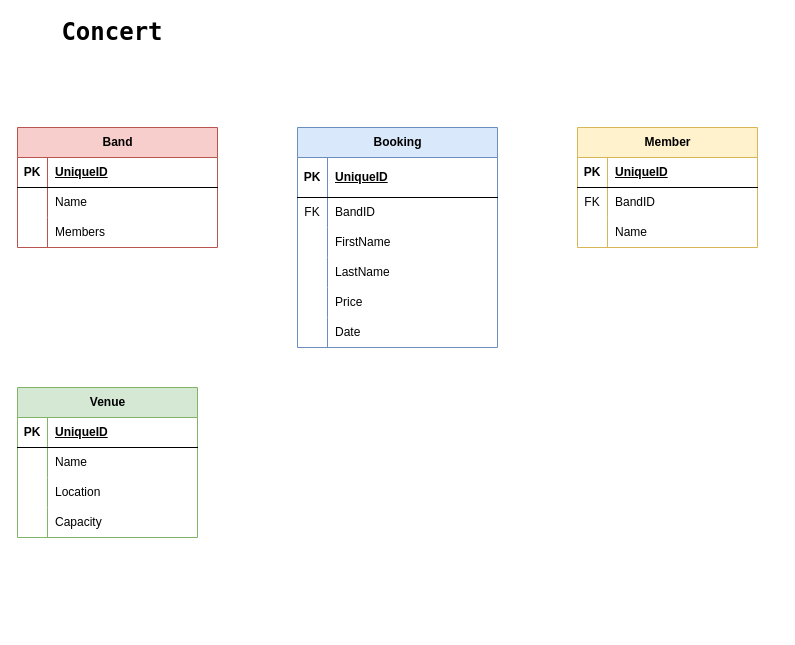
Earlier version of the draw.io diagram ERD/ConcertERD.drawio (N00240181/CC-Y3-FSD-Assignment). Source tidied: cells renumbered, new cells numbered last; positions are measured from the earlier drawing's top-left corner, leaving out a move shared by most shapes. Both pictures are drawn from the tidied source at 100%, with x=0, y=0 at pixel (17, 17).
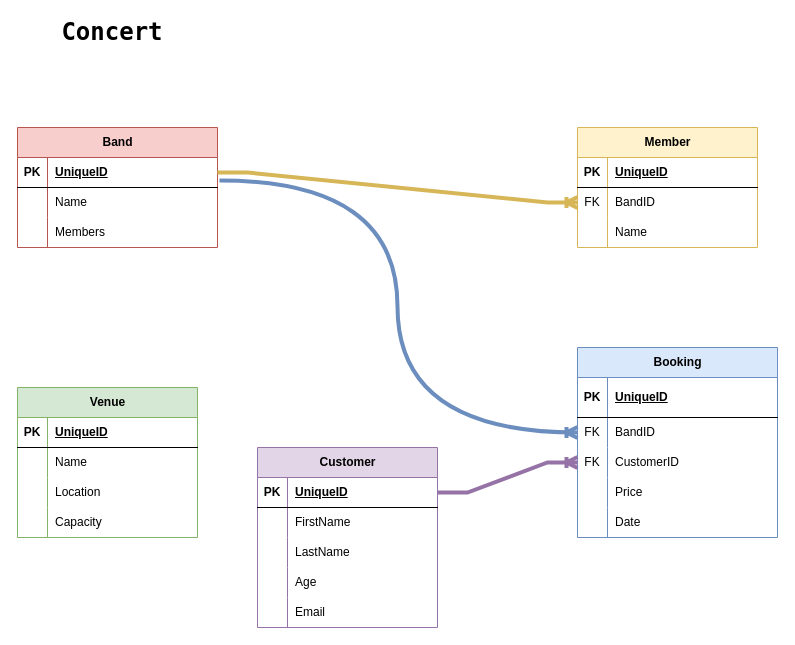
After the change.

Commit message (it also covers changes not shown here):
Created prisma schema and seeder, removed migration because there was no need in me manually creating one

Unchanged cells that the change refers to:
```xml
<mxCell id="3" style="shape=tableRow;horizontal=0;startSize=0;swimlaneHead=0;swimlaneBody=0;fillColor=none;points=[[0,0.5],[1,0.5]];portConstraint=eastwest;top=0;left=0;right=0;bottom=1;" parent="2" vertex="1">
  <mxGeometry y="30" width="200" height="30" as="geometry" />
</mxCell>
<mxCell id="17" style="shape=tableRow;horizontal=0;startSize=0;swimlaneHead=0;swimlaneBody=0;fillColor=none;points=[[0,0.5],[1,0.5]];portConstraint=eastwest;top=0;left=0;right=0;bottom=0;" parent="13" vertex="1">
  <mxGeometry y="70" width="200" height="30" as="geometry" />
</mxCell>
<mxCell id="36" style="shape=tableRow;horizontal=0;startSize=0;swimlaneHead=0;swimlaneBody=0;fillColor=none;points=[[0,0.5],[1,0.5]];portConstraint=eastwest;top=0;left=0;right=0;bottom=0;" parent="32" vertex="1">
  <mxGeometry y="60" width="180" height="30" as="geometry" />
</mxCell>
```

Change to the diagram source:
```diff
@@
     <mxCell id="13" value="Booking" style="shape=table;startSize=30;childLayout=tableLayout;rowLines=0;fontStyle=1;align=center;html=1;fillColor=#dae8fc;strokeColor=#6c8ebf;" parent="1" vertex="1">
-      <mxGeometry x="280" y="110" width="200" height="220" as="geometry" />
+      <mxGeometry x="560" y="330" width="200" height="190" as="geometry" />
     </mxCell>
@@
-    <mxCell id="20" style="shape=tableRow;horizontal=0;startSize=0;swimlaneHead=0;swimlaneBody=0;fillColor=none;top=0;left=0;right=0;bottom=0;" parent="13" vertex="1">
-      <mxGeometry y="100" width="200" height="30" as="geometry" />
-    </mxCell>
-    <mxCell id="21" style="shape=partialRectangle;fillColor=none;top=0;left=0;bottom=0;right=0;overflow=hidden;whiteSpace=wrap;html=1;" parent="20" vertex="1">
-      <mxGeometry width="30" height="30" as="geometry" />
-    </mxCell>
-    <mxCell id="22" value="FirstName" style="shape=partialRectangle;fillColor=none;top=0;left=0;bottom=0;right=0;align=left;spacingLeft=6;overflow=hidden;whiteSpace=wrap;html=1;" parent="20" vertex="1">
-      <mxGeometry x="30" width="170" height="30" as="geometry" />
-    </mxCell>
     <mxCell id="23" style="shape=tableRow;horizontal=0;startSize=0;swimlaneHead=0;swimlaneBody=0;fillColor=none;points=[[0,0.5],[1,0.5]];portConstraint=eastwest;top=0;left=0;right=0;bottom=0;" parent="13" vertex="1">
-      <mxGeometry y="130" width="200" height="30" as="geometry" />
+      <mxGeometry y="100" width="200" height="30" as="geometry" />
     </mxCell>
-    <mxCell id="24" style="shape=partialRectangle;fillColor=none;top=0;left=0;bottom=0;right=0;overflow=hidden;whiteSpace=wrap;html=1;" parent="23" vertex="1">
+    <mxCell id="24" value="FK" style="shape=partialRectangle;fillColor=none;top=0;left=0;bottom=0;right=0;overflow=hidden;whiteSpace=wrap;html=1;" parent="23" vertex="1">
       <mxGeometry width="30" height="30" as="geometry" />
     </mxCell>
-    <mxCell id="25" value="LastName" style="shape=partialRectangle;fillColor=none;top=0;left=0;bottom=0;right=0;align=left;spacingLeft=6;overflow=hidden;whiteSpace=wrap;html=1;" parent="23" vertex="1">
+    <mxCell id="25" value="CustomerID" style="shape=partialRectangle;fillColor=none;top=0;left=0;bottom=0;right=0;align=left;spacingLeft=6;overflow=hidden;whiteSpace=wrap;html=1;" parent="23" vertex="1">
       <mxGeometry x="30" width="170" height="30" as="geometry" />
     </mxCell>
     <mxCell id="26" style="shape=tableRow;horizontal=0;startSize=0;swimlaneHead=0;swimlaneBody=0;fillColor=none;top=0;left=0;right=0;bottom=0;" parent="13" vertex="1">
-      <mxGeometry y="160" width="200" height="30" as="geometry" />
+      <mxGeometry y="130" width="200" height="30" as="geometry" />
     </mxCell>
@@
     <mxCell id="29" style="shape=tableRow;horizontal=0;startSize=0;swimlaneHead=0;swimlaneBody=0;fillColor=none;top=0;left=0;right=0;bottom=0;" parent="13" vertex="1">
-      <mxGeometry y="190" width="200" height="30" as="geometry" />
+      <mxGeometry y="160" width="200" height="30" as="geometry" />
     </mxCell>
@@
+    <mxCell id="55" style="edgeStyle=entityRelationEdgeStyle;fontSize=12;html=1;endArrow=ERoneToMany;rounded=0;exitX=1;exitY=0.5;exitDx=0;exitDy=0;entryX=0;entryY=0.5;entryDx=0;entryDy=0;fillColor=#fff2cc;strokeColor=#d6b656;strokeWidth=4;" parent="1" edge="1" source="3" target="36">
+      <mxGeometry relative="1" as="geometry" />
+    </mxCell>
+    <mxCell id="56" style="edgeStyle=orthogonalEdgeStyle;fontSize=12;html=1;endArrow=ERoneToMany;rounded=0;exitX=1.01;exitY=0.767;exitDx=0;exitDy=0;entryX=0;entryY=0.5;entryDx=0;entryDy=0;curved=1;fillColor=#dae8fc;strokeColor=#6c8ebf;strokeWidth=4;exitPerimeter=0;" parent="1" edge="1" source="3" target="17">
+      <mxGeometry relative="1" as="geometry" />
+    </mxCell>
+    <mxCell id="57" value="Customer" style="shape=table;startSize=30;childLayout=tableLayout;rowLines=0;fontStyle=1;align=center;html=1;fillColor=#e1d5e7;strokeColor=#9673a6;" parent="1" vertex="1">
+      <mxGeometry x="240" y="430" width="180" height="180" as="geometry" />
+    </mxCell>
+    <mxCell id="58" style="shape=tableRow;horizontal=0;startSize=0;swimlaneHead=0;swimlaneBody=0;fillColor=none;points=[[0,0.5],[1,0.5]];portConstraint=eastwest;top=0;left=0;right=0;bottom=1;" parent="57" vertex="1">
+      <mxGeometry y="30" width="180" height="30" as="geometry" />
+    </mxCell>
+    <mxCell id="59" value="PK" style="shape=partialRectangle;fillColor=none;top=0;left=0;bottom=0;right=0;fontStyle=1;overflow=hidden;whiteSpace=wrap;html=1;" parent="58" vertex="1">
+      <mxGeometry width="30" height="30" as="geometry" />
+    </mxCell>
+    <mxCell id="60" value="UniqueID" style="shape=partialRectangle;fillColor=none;top=0;left=0;bottom=0;right=0;align=left;spacingLeft=6;fontStyle=5;overflow=hidden;whiteSpace=wrap;html=1;" parent="58" vertex="1">
+      <mxGeometry x="30" width="150" height="30" as="geometry" />
+    </mxCell>
+    <mxCell id="61" style="shape=tableRow;horizontal=0;startSize=0;swimlaneHead=0;swimlaneBody=0;fillColor=none;top=0;left=0;right=0;bottom=0;" parent="57" vertex="1">
+      <mxGeometry y="60" width="180" height="30" as="geometry" />
+    </mxCell>
+    <mxCell id="62" style="shape=partialRectangle;fillColor=none;top=0;left=0;bottom=0;right=0;overflow=hidden;whiteSpace=wrap;html=1;" parent="61" vertex="1">
+      <mxGeometry width="30" height="30" as="geometry" />
+    </mxCell>
+    <mxCell id="22" value="FirstName" style="shape=partialRectangle;fillColor=none;top=0;left=0;bottom=0;right=0;align=left;spacingLeft=6;overflow=hidden;whiteSpace=wrap;html=1;" parent="61" vertex="1">
+      <mxGeometry x="30" width="150" height="30" as="geometry" />
+    </mxCell>
+    <mxCell id="63" style="shape=tableRow;horizontal=0;startSize=0;swimlaneHead=0;swimlaneBody=0;fillColor=none;top=0;left=0;right=0;bottom=0;" parent="57" vertex="1">
+      <mxGeometry y="90" width="180" height="30" as="geometry" />
+    </mxCell>
+    <mxCell id="64" style="shape=partialRectangle;fillColor=none;top=0;left=0;bottom=0;right=0;overflow=hidden;whiteSpace=wrap;html=1;" parent="63" vertex="1">
+      <mxGeometry width="30" height="30" as="geometry" />
+    </mxCell>
+    <mxCell id="65" value="LastName" style="shape=partialRectangle;fillColor=none;top=0;left=0;bottom=0;right=0;align=left;spacingLeft=6;overflow=hidden;whiteSpace=wrap;html=1;" parent="63" vertex="1">
+      <mxGeometry x="30" width="150" height="30" as="geometry" />
+    </mxCell>
+    <mxCell id="66" style="shape=tableRow;horizontal=0;startSize=0;swimlaneHead=0;swimlaneBody=0;fillColor=none;top=0;left=0;right=0;bottom=0;" parent="57" vertex="1">
+      <mxGeometry y="120" width="180" height="30" as="geometry" />
+    </mxCell>
+    <mxCell id="67" style="shape=partialRectangle;fillColor=none;top=0;left=0;bottom=0;right=0;overflow=hidden;whiteSpace=wrap;html=1;" parent="66" vertex="1">
+      <mxGeometry width="30" height="30" as="geometry" />
+    </mxCell>
+    <mxCell id="68" value="Age" style="shape=partialRectangle;fillColor=none;top=0;left=0;bottom=0;right=0;align=left;spacingLeft=6;overflow=hidden;whiteSpace=wrap;html=1;" parent="66" vertex="1">
+      <mxGeometry x="30" width="150" height="30" as="geometry" />
+    </mxCell>
+    <mxCell id="69" style="shape=tableRow;horizontal=0;startSize=0;swimlaneHead=0;swimlaneBody=0;fillColor=none;top=0;left=0;right=0;bottom=0;" parent="57" vertex="1">
+      <mxGeometry y="150" width="180" height="30" as="geometry" />
+    </mxCell>
+    <mxCell id="70" style="shape=partialRectangle;fillColor=none;top=0;left=0;bottom=0;right=0;overflow=hidden;whiteSpace=wrap;html=1;" parent="69" vertex="1">
+      <mxGeometry width="30" height="30" as="geometry" />
+    </mxCell>
+    <mxCell id="71" value="Email" style="shape=partialRectangle;fillColor=none;top=0;left=0;bottom=0;right=0;align=left;spacingLeft=6;overflow=hidden;whiteSpace=wrap;html=1;" parent="69" vertex="1">
+      <mxGeometry x="30" width="150" height="30" as="geometry" />
+    </mxCell>
+    <mxCell id="72" style="edgeStyle=entityRelationEdgeStyle;fontSize=12;html=1;endArrow=ERoneToMany;rounded=0;entryX=0;entryY=0.5;entryDx=0;entryDy=0;exitX=1;exitY=0.5;exitDx=0;exitDy=0;fillColor=#e1d5e7;strokeColor=#9673a6;strokeWidth=4;" parent="1" edge="1" source="58" target="23">
+      <mxGeometry relative="1" as="geometry" />
+    </mxCell>
```
